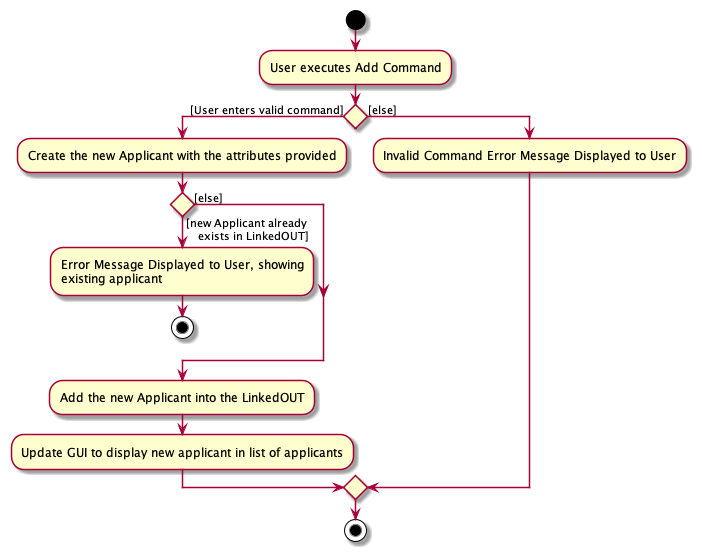
Before: docs/images/AddCommandActivityDiagram.png, a diagram exported from PlantUML (zzhikai/tp).
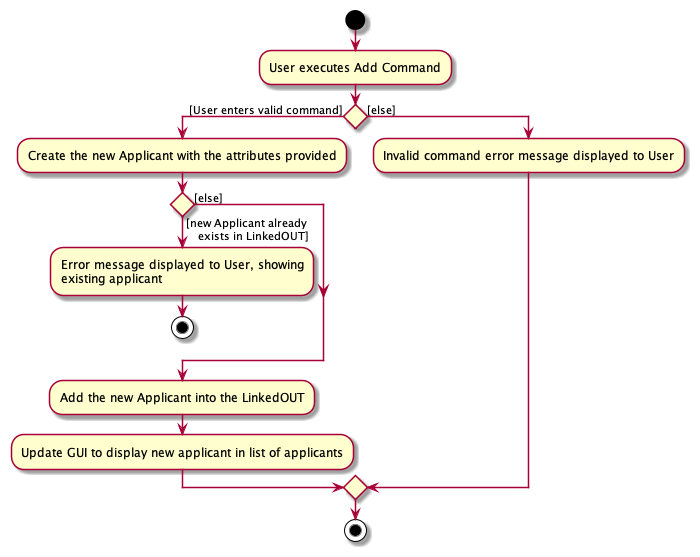
After the change.

Commit message:
- Update diagrams as directed by team lead

The edit, as a diff of the source:
```diff
@@ -10,7 +10,7 @@
     if () then ([new Applicant already
     exists in LinkedOUT])
 
-        :Error Message Displayed to User, showing
+        :Error message displayed to User, showing
         existing applicant;
 
         stop
@@ -23,7 +23,7 @@
     :Update GUI to display new applicant in list of applicants;
 else ([else])
 
-:Invalid Command Error Message Displayed to User;
+:Invalid command error message displayed to User;
 
 endif
 stop
```
